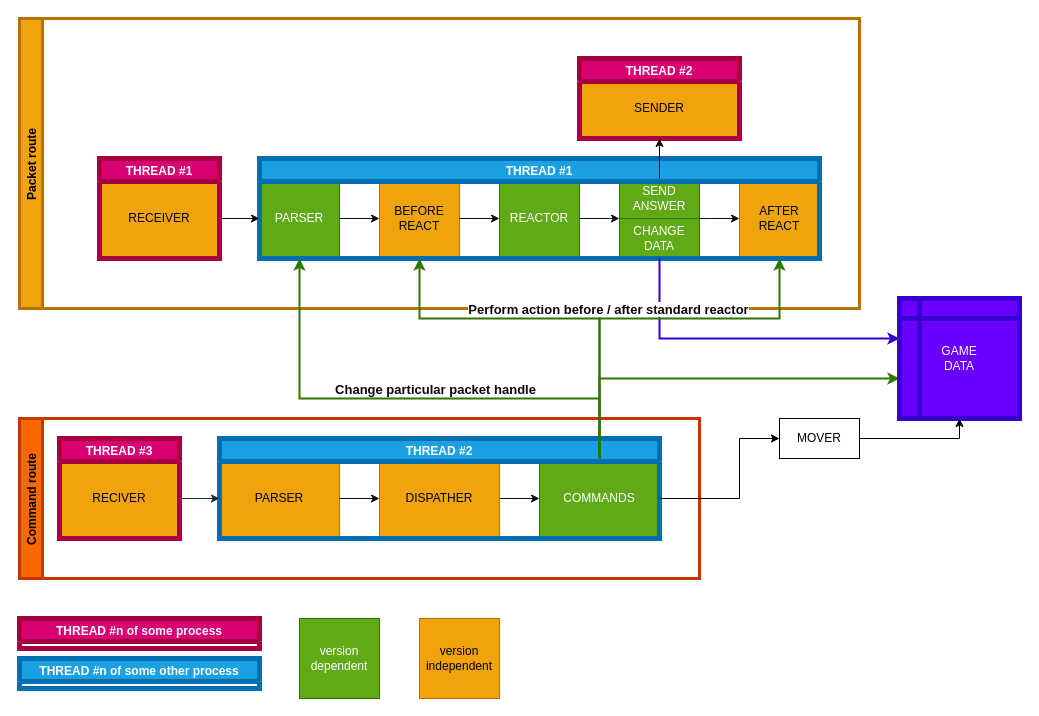
Before: architecture.drawio in Nielotz/MinecraftConsoleClient, a draw.io diagram. Source tidied: cells renumbered, new cells numbered last; positions are measured from the earlier drawing's top-left corner, leaving out a move shared by most shapes. Both pictures are drawn from the tidied source at 100%, with x=0, y=0 at pixel (19, 18).
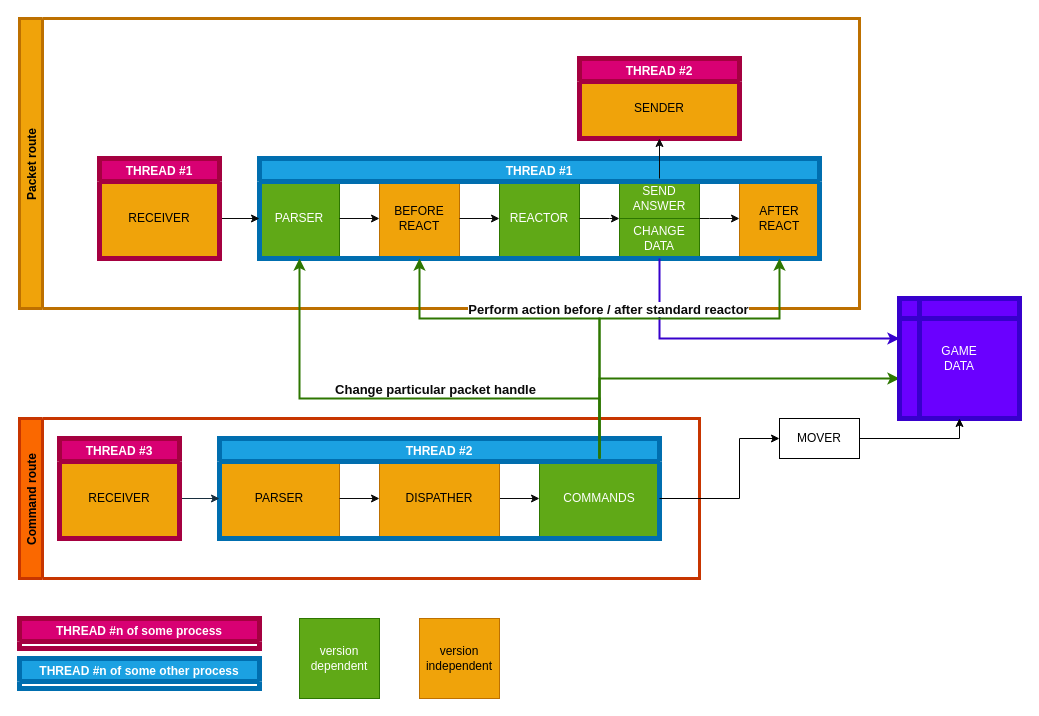
After the change.

The change refers to these unchanged cells:
```xml
<mxCell id="21" value="Command route" style="swimlane;horizontal=0;strokeColor=#C73500;fillColor=#fa6800;fontColor=#000000;strokeWidth=3;" parent="1" vertex="1">
  <mxGeometry y="400" width="680" height="160" as="geometry" />
</mxCell>
```

Diff of the diagram source:
```diff
@@
-    <mxCell id="29" value="RECIVER" style="whiteSpace=wrap;html=1;fillColor=#f0a30a;fontColor=#000000;strokeColor=#BD7000;" parent="21" vertex="1">
+    <mxCell id="29" value="RECEIVER" style="whiteSpace=wrap;html=1;fillColor=#f0a30a;fontColor=#000000;strokeColor=#BD7000;" parent="21" vertex="1">
       <mxGeometry x="40" y="40" width="120" height="80" as="geometry" />
     </mxCell>
```
